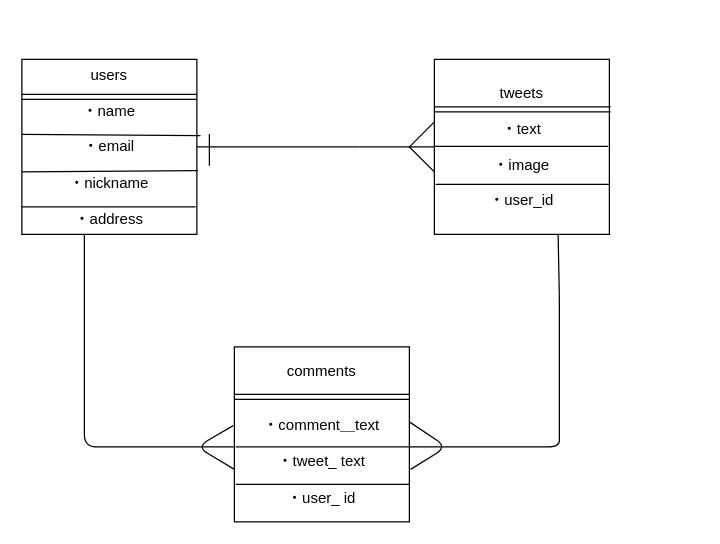
Before: ER.dio in Layla3110/furima-29130, a draw.io diagram. Source tidied: cells renumbered, new cells numbered last; positions are measured from the earlier drawing's top-left corner, leaving out a move shared by most shapes. Both pictures are drawn from the tidied source at 125%, with x=0, y=0 at pixel (21, 59).
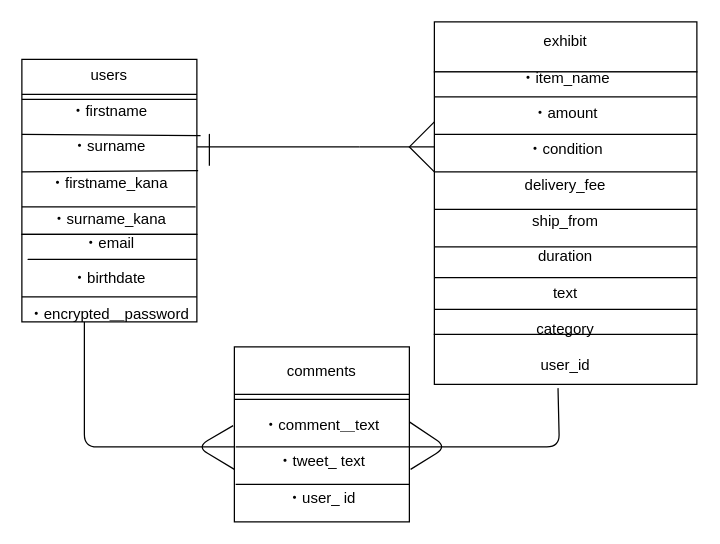
The same page after the edit.

Commit message (it also covers changes not shown here):
テーブル設計２

What changed in the source:
```diff
@@
+    <mxCell id="27" style="rounded=0;whiteSpace=wrap;html=1;" parent="1" vertex="1">
+      <mxGeometry x="330" y="-30" width="210" height="40" as="geometry" />
+    </mxCell>
+    <mxCell id="28" style="rounded=0;whiteSpace=wrap;html=1;" parent="1" vertex="1">
+      <mxGeometry x="330" y="220" width="210" height="40" as="geometry" />
+    </mxCell>
@@
-    <mxCell id="6" value="users&lt;br&gt;&lt;br&gt;・name&lt;br&gt;&lt;br&gt;・email&lt;br&gt;&lt;br&gt;・nickname&lt;br&gt;&lt;br&gt;・address" style="whiteSpace=wrap;html=1;" parent="1" vertex="1">
+    <mxCell id="6" value="users&lt;br&gt;&lt;br&gt;・firstname&lt;br&gt;&lt;br&gt;・surname&lt;br&gt;&lt;br&gt;・firstname_kana&lt;br&gt;&lt;br&gt;・surname_kana" style="whiteSpace=wrap;html=1;" parent="1" vertex="1">
       <mxGeometry width="140" height="140" as="geometry" />
     </mxCell>
@@
-    <mxCell id="11" style="endArrow=none;html=1;" parent="1" edge="1">
+    <mxCell id="11" style="endArrow=none;html=1;" parent="1" edge="1" target="15">
       <mxGeometry relative="1" as="geometry">
-        <mxPoint x="330" y="100" as="sourcePoint" />
-        <mxPoint x="469" y="100" as="targetPoint" />
+        <mxPoint x="330" y="40" as="sourcePoint" />
       </mxGeometry>
     </mxCell>
@@
-    <mxCell id="13" style="endArrow=none;html=1;" parent="1" edge="1">
-      <mxGeometry relative="1" as="geometry">
-        <mxPoint x="330" y="69.5" as="sourcePoint" />
-        <mxPoint x="469" y="69.5" as="targetPoint" />
-      </mxGeometry>
-    </mxCell>
@@
-    <mxCell id="15" value="tweets&lt;br&gt;&lt;br&gt;・text&lt;br&gt;&lt;br&gt;・image&lt;br&gt;&lt;br&gt;・user_id&lt;br&gt;" style="whiteSpace=wrap;html=1;" parent="1" vertex="1">
-      <mxGeometry x="330" width="140" height="140" as="geometry" />
-    </mxCell>
-    <mxCell id="16" style="shape=link;html=1;" parent="1" edge="1" target="15">
-      <mxGeometry relative="1" as="geometry">
-        <mxPoint x="330" y="40" as="sourcePoint" />
-      </mxGeometry>
-    </mxCell>
-    <mxCell id="17" style="shape=link;html=1;" parent="1" edge="1">
-      <mxGeometry relative="1" as="geometry">
-        <mxPoint x="330" y="40" as="sourcePoint" />
-        <mxPoint x="471" y="40" as="targetPoint" />
-      </mxGeometry>
-    </mxCell>
-    <mxCell id="18" style="endArrow=none;html=1;" parent="1" edge="1">
+    <mxCell id="18" style="endArrow=none;html=1;" parent="1" edge="1" source="15">
       <mxGeometry relative="1" as="geometry">
-        <mxPoint x="330" y="69.5" as="sourcePoint" />
-        <mxPoint x="469" y="69.5" as="targetPoint" />
+        <mxPoint x="469" y="174.5" as="targetPoint" />
       </mxGeometry>
     </mxCell>
-    <mxCell id="19" style="endArrow=none;html=1;" parent="1" edge="1">
-      <mxGeometry relative="1" as="geometry">
-        <mxPoint x="331" y="100" as="sourcePoint" />
-        <mxPoint x="470" y="100" as="targetPoint" />
-      </mxGeometry>
-    </mxCell>
@@
-    <mxCell id="22" style="endArrow=none;html=1;entryX=0.707;entryY=1;entryDx=0;entryDy=0;entryPerimeter=0;" parent="1" edge="1" target="15">
-      <mxGeometry relative="1" as="geometry">
-        <mxPoint x="310" y="310" as="sourcePoint" />
-        <Array as="points">
-          <mxPoint x="430" y="310" />
-          <mxPoint x="430" y="300" />
-          <mxPoint x="430" y="190" />
-        </Array>
-      </mxGeometry>
-    </mxCell>
@@
+    <mxCell id="29" value="・email&lt;br&gt;&lt;br&gt;・birthdate&lt;br&gt;&lt;br&gt;・encrypted＿password" style="rounded=0;whiteSpace=wrap;html=1;" parent="1" vertex="1">
+      <mxGeometry y="140" width="140" height="70" as="geometry" />
+    </mxCell>
+    <mxCell id="30" style="endArrow=none;html=1;" parent="1" edge="1">
+      <mxGeometry relative="1" as="geometry">
+        <mxPoint x="110" y="160" as="sourcePoint" />
+        <mxPoint x="140" y="160" as="targetPoint" />
+        <Array as="points">
+          <mxPoint y="160" />
+          <mxPoint x="70" y="160" />
+        </Array>
+      </mxGeometry>
+    </mxCell>
+    <mxCell id="31" style="endArrow=none;html=1;" parent="1" edge="1">
+      <mxGeometry relative="1" as="geometry">
+        <mxPoint y="190" as="sourcePoint" />
+        <mxPoint x="140" y="190" as="targetPoint" />
+      </mxGeometry>
+    </mxCell>
+    <mxCell id="15" value="exhibit&lt;br&gt;&lt;br&gt;・item_name&lt;br&gt;&lt;br&gt;・amount&lt;br&gt;&lt;br&gt;・condition&lt;br&gt;&lt;br&gt;delivery_fee&lt;br&gt;&lt;br&gt;ship_from&lt;br&gt;&lt;br&gt;duration&lt;br&gt;&lt;br&gt;text&lt;br&gt;&lt;br&gt;category&lt;br&gt;&lt;br&gt;user_id" style="whiteSpace=wrap;html=1;" parent="1" vertex="1">
+      <mxGeometry x="330" y="10" width="210" height="210" as="geometry" />
+    </mxCell>
+    <mxCell id="32" style="endArrow=none;html=1;" parent="1" edge="1" target="15">
+      <mxGeometry relative="1" as="geometry">
+        <mxPoint x="330" y="174.5" as="sourcePoint" />
+      </mxGeometry>
+    </mxCell>
+    <mxCell id="33" style="endArrow=none;html=1;" parent="1" edge="1">
+      <mxGeometry relative="1" as="geometry">
+        <mxPoint x="330" y="30" as="sourcePoint" />
+        <mxPoint x="540" y="30" as="targetPoint" />
+      </mxGeometry>
+    </mxCell>
+    <mxCell id="34" style="endArrow=none;html=1;" parent="1" edge="1">
+      <mxGeometry relative="1" as="geometry">
+        <mxPoint x="330" y="60" as="sourcePoint" />
+        <mxPoint x="540" y="60" as="targetPoint" />
+      </mxGeometry>
+    </mxCell>
+    <mxCell id="35" style="endArrow=none;html=1;" parent="1" edge="1">
+      <mxGeometry relative="1" as="geometry">
+        <mxPoint x="330" y="90" as="sourcePoint" />
+        <mxPoint x="540" y="90" as="targetPoint" />
+      </mxGeometry>
+    </mxCell>
+    <mxCell id="36" style="endArrow=none;html=1;" parent="1" edge="1">
+      <mxGeometry relative="1" as="geometry">
+        <mxPoint x="330" y="150" as="sourcePoint" />
+        <mxPoint x="540" y="150" as="targetPoint" />
+      </mxGeometry>
+    </mxCell>
+    <mxCell id="37" style="endArrow=none;html=1;" parent="1" edge="1">
+      <mxGeometry relative="1" as="geometry">
+        <mxPoint x="330" y="174.5" as="sourcePoint" />
+        <mxPoint x="540" y="174.5" as="targetPoint" />
+      </mxGeometry>
+    </mxCell>
+    <mxCell id="38" style="endArrow=none;html=1;" parent="1" edge="1">
+      <mxGeometry relative="1" as="geometry">
+        <mxPoint x="330" y="120" as="sourcePoint" />
+        <mxPoint x="540" y="120" as="targetPoint" />
+      </mxGeometry>
+    </mxCell>
+    <mxCell id="39" style="endArrow=none;html=1;" parent="1" edge="1">
+      <mxGeometry relative="1" as="geometry">
+        <mxPoint x="330" y="200" as="sourcePoint" />
+        <mxPoint x="540" y="200" as="targetPoint" />
+      </mxGeometry>
+    </mxCell>
+    <mxCell id="40" style="endArrow=none;html=1;entryX=0.471;entryY=1.075;entryDx=0;entryDy=0;entryPerimeter=0;" parent="1" edge="1" target="28">
+      <mxGeometry relative="1" as="geometry">
+        <mxPoint x="310" y="310" as="sourcePoint" />
+        <Array as="points">
+          <mxPoint x="430" y="310" />
+        </Array>
+      </mxGeometry>
+    </mxCell>
```
